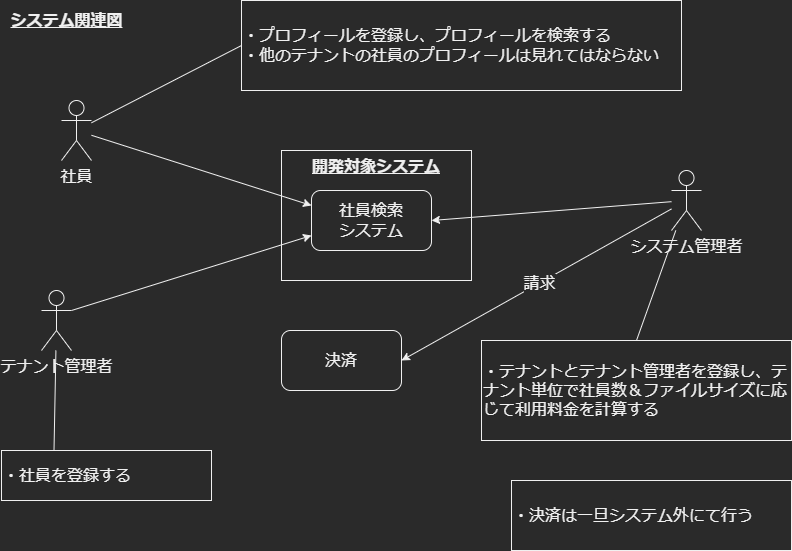
The draw.io diagram docs/diagrams/src/システム関連図.png in q23isline/reinventing_the_wheel, before a commit. Source tidied: cells renumbered, new cells last; positions are measured from the earlier drawing's top-left corner, leaving out a move shared by most shapes.
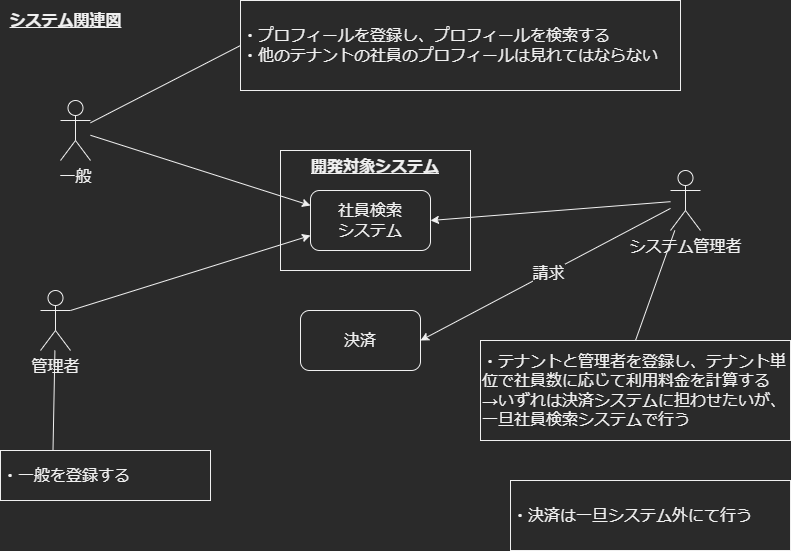
After the commit.

What changed in the source:
```diff
@@ -3,7 +3,7 @@
     <mxCell id="0" />
     <mxCell id="1" parent="0" />
     <mxCell id="2" value="&lt;u&gt;&lt;b style=&quot;line-height: 1.2&quot;&gt;開発対象システム&lt;/b&gt;&lt;/u&gt;" style="rounded=0;whiteSpace=wrap;html=1;fontSize=16;align=center;verticalAlign=top;" parent="1" vertex="1">
-      <mxGeometry x="280" y="150" width="190" height="130" as="geometry" />
+      <mxGeometry x="280" y="150" width="190" height="120" as="geometry" />
     </mxCell>
     <mxCell id="3" value="&lt;b&gt;&lt;u&gt;システム関連図&lt;/u&gt;&lt;/b&gt;" style="text;html=1;align=center;verticalAlign=middle;strokeColor=none;fillColor=none;fontSize=16;" parent="1" vertex="1">
       <mxGeometry y="10" width="130" height="20" as="geometry" />
@@ -14,7 +14,7 @@
     <mxCell id="5" style="edgeStyle=none;rounded=0;jettySize=auto;html=1;entryX=0;entryY=0.5;entryDx=0;entryDy=0;fontSize=16;endArrow=none;endFill=0;" parent="1" edge="1" source="6" target="14">
       <mxGeometry relative="1" as="geometry" />
     </mxCell>
-    <mxCell id="6" value="社員" style="shape=umlActor;verticalLabelPosition=bottom;verticalAlign=top;html=1;outlineConnect=0;fontSize=16;" parent="1" vertex="1">
+    <mxCell id="6" value="一般" style="shape=umlActor;verticalLabelPosition=bottom;verticalAlign=top;html=1;outlineConnect=0;fontSize=16;" parent="1" vertex="1">
       <mxGeometry x="60" y="100" width="30" height="60" as="geometry" />
     </mxCell>
     <mxCell id="7" style="edgeStyle=none;rounded=0;jettySize=auto;html=1;entryX=1;entryY=0.5;entryDx=0;entryDy=0;fontSize=16;endArrow=classic;endFill=1;" parent="1" edge="1" source="11" target="12">
@@ -35,7 +35,7 @@
     <mxCell id="12" value="社員検索&lt;br&gt;システム" style="rounded=1;whiteSpace=wrap;html=1;fontSize=16;" parent="1" vertex="1">
       <mxGeometry x="310" y="190" width="120" height="60" as="geometry" />
     </mxCell>
-    <mxCell id="13" value="・テナントとテナント管理者を登録し、テナント単位で社員数＆ファイルサイズに応じて利用料金を計算する" style="rounded=0;whiteSpace=wrap;html=1;fontSize=16;align=left;" parent="1" vertex="1">
+    <mxCell id="13" value="・テナントと管理者を登録し、テナント単位で社員数に応じて利用料金を計算する&lt;br&gt;→いずれは決済システムに担わせたいが、一旦社員検索システムで行う" style="rounded=0;whiteSpace=wrap;html=1;fontSize=16;align=left;" parent="1" vertex="1">
       <mxGeometry x="480" y="340" width="310" height="100" as="geometry" />
     </mxCell>
     <mxCell id="14" value="・プロフィールを登録し、プロフィールを検索する&lt;br&gt;・他のテナントの社員のプロフィールは見れてはならない" style="rounded=0;whiteSpace=wrap;html=1;fontSize=16;align=left;verticalAlign=middle;" parent="1" vertex="1">
@@ -45,7 +45,7 @@
       <mxGeometry relative="1" as="geometry" />
     </mxCell>
     <mxCell id="16" value="決済" style="rounded=1;whiteSpace=wrap;html=1;fontSize=16;" parent="1" vertex="1">
-      <mxGeometry x="280" y="330" width="120" height="60" as="geometry" />
+      <mxGeometry x="300" y="310" width="120" height="60" as="geometry" />
     </mxCell>
     <mxCell id="17" value="・決済は一旦システム外にて行う" style="rounded=0;whiteSpace=wrap;html=1;fontSize=16;align=left;" parent="1" vertex="1">
       <mxGeometry x="510" y="480" width="280" height="70" as="geometry" />
@@ -56,10 +56,10 @@
     <mxCell id="19" style="edgeStyle=none;rounded=0;jettySize=auto;html=1;entryX=0.25;entryY=0;entryDx=0;entryDy=0;fontSize=16;endArrow=none;endFill=0;" parent="1" edge="1" source="20" target="21">
       <mxGeometry relative="1" as="geometry" />
     </mxCell>
-    <mxCell id="20" value="テナント管理者" style="shape=umlActor;verticalLabelPosition=bottom;verticalAlign=top;html=1;outlineConnect=0;fontSize=16;" parent="1" vertex="1">
+    <mxCell id="20" value="管理者" style="shape=umlActor;verticalLabelPosition=bottom;verticalAlign=top;html=1;outlineConnect=0;fontSize=16;" parent="1" vertex="1">
       <mxGeometry x="40" y="290" width="30" height="60" as="geometry" />
     </mxCell>
-    <mxCell id="21" value="・社員を登録する" style="rounded=0;whiteSpace=wrap;html=1;fontSize=16;align=left;verticalAlign=middle;" parent="1" vertex="1">
+    <mxCell id="21" value="・一般を登録する" style="rounded=0;whiteSpace=wrap;html=1;fontSize=16;align=left;verticalAlign=middle;" parent="1" vertex="1">
       <mxGeometry y="450" width="210" height="50" as="geometry" />
     </mxCell>
   </root>
```
